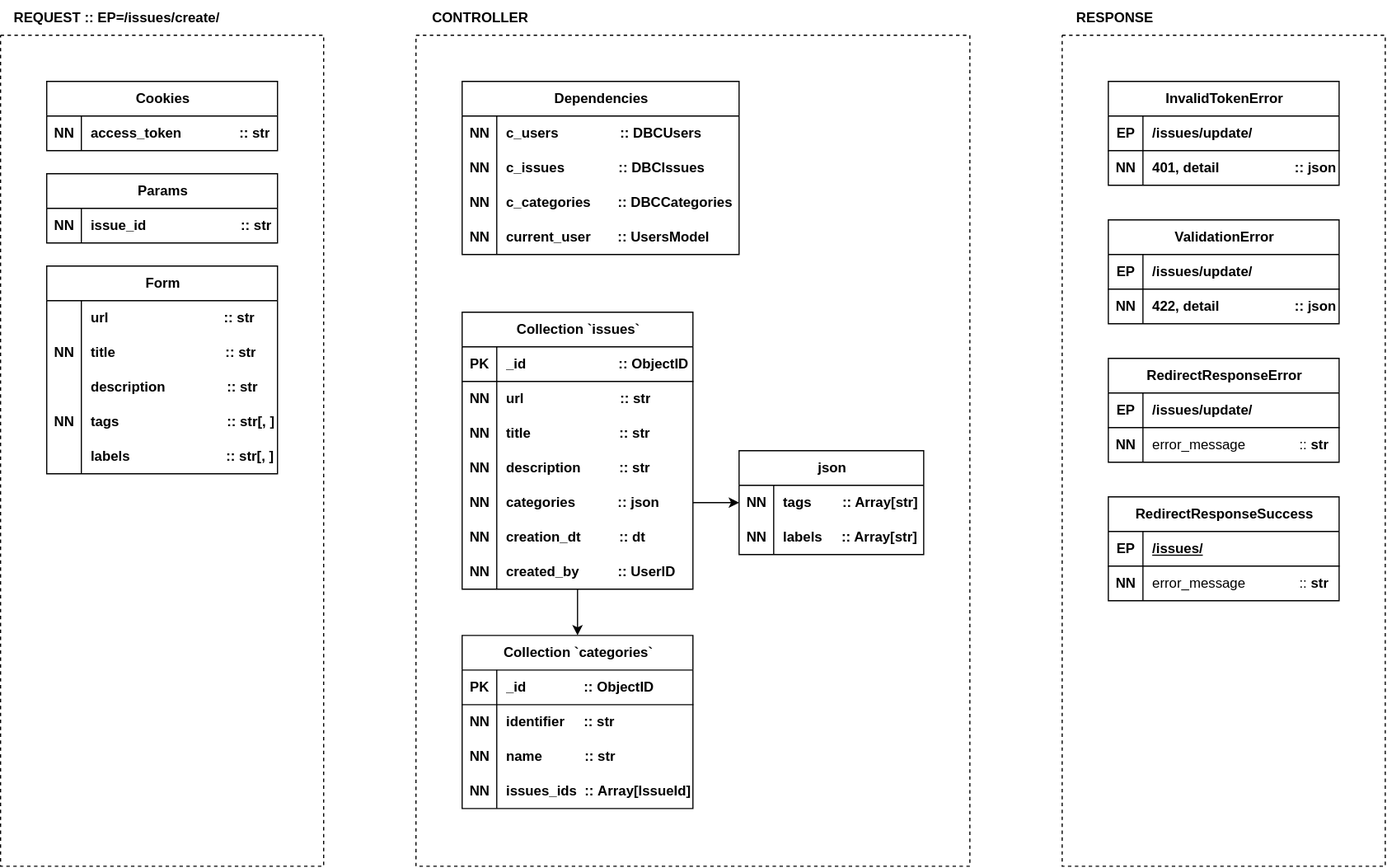
This is contributors/issues/update/post/Diagram-Update.drawio.svg from ames0k0/Ticket, a draw.io export, as it was before one commit. Source tidied: cells renumbered, new cells last; positions are measured from the earlier drawing's top-left corner, leaving out a move shared by most shapes.
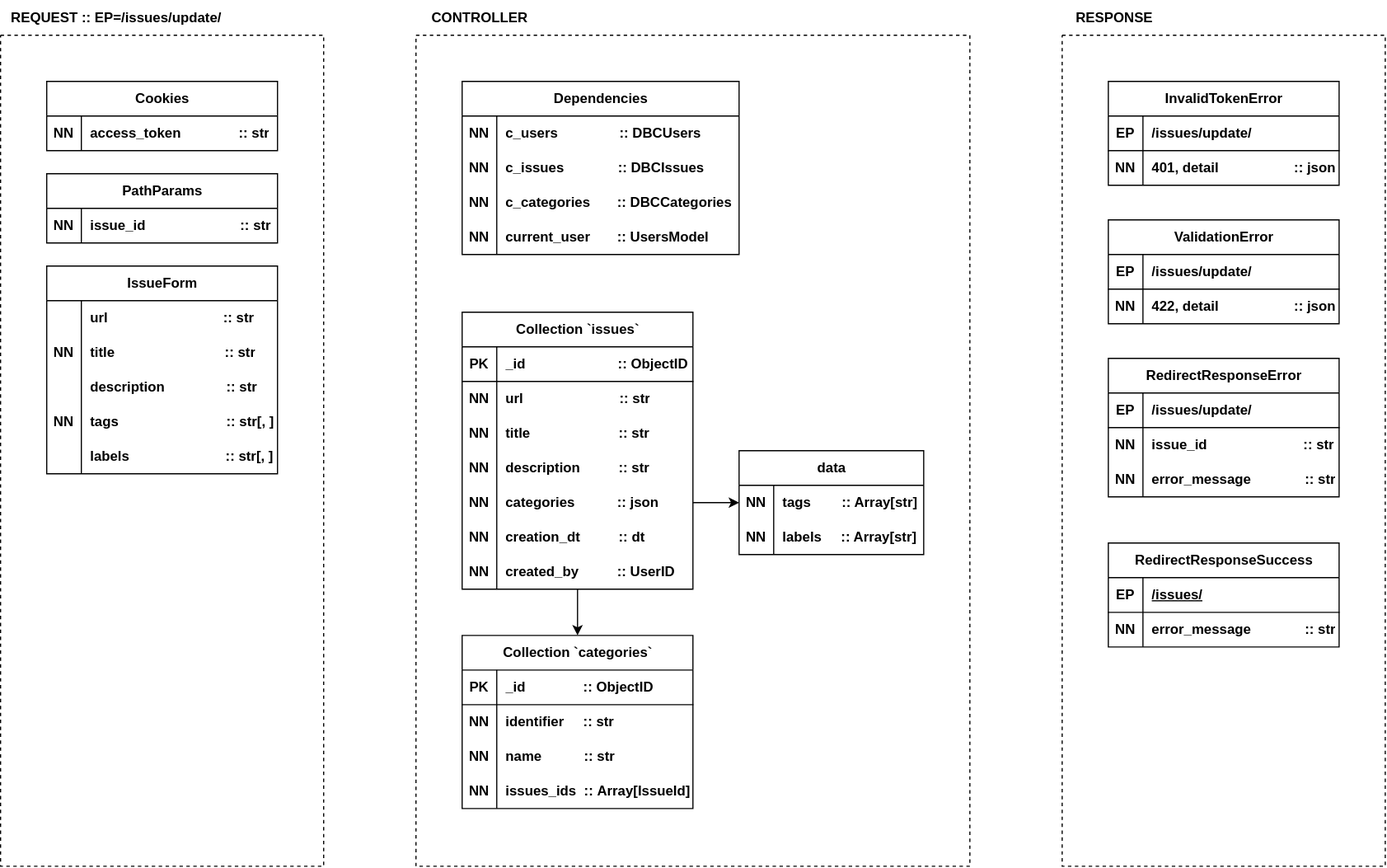
Above is the later version.

Commit message:
[ticket] Contributors: Issues::Update::POST

Diff of the diagram source:
```diff
@@ -2,7 +2,7 @@
   <root>
     <mxCell id="0" />
     <mxCell id="1" parent="0" />
-    <mxCell id="2" value="Form" style="shape=table;startSize=30;rowLines=0;fontStyle=1;align=center;html=1;" parent="1" vertex="1">
+    <mxCell id="2" value="IssueForm" style="shape=table;startSize=30;rowLines=0;fontStyle=1;align=center;html=1;" parent="1" vertex="1">
       <mxGeometry x="40" y="230" width="200" height="180" as="geometry" />
     </mxCell>
     <mxCell id="3" style="shape=tableRow;horizontal=0;startSize=0;swimlaneHead=0;swimlaneBody=0;fillColor=none;top=0;left=0;right=0;bottom=0;" parent="2" vertex="1">
@@ -119,7 +119,7 @@
     <mxCell id="40" value="&lt;b&gt;created_by&amp;nbsp; &amp;nbsp; &amp;nbsp; &amp;nbsp; &amp;nbsp; :: UserID&lt;/b&gt;" style="shape=partialRectangle;fillColor=none;top=0;left=0;bottom=0;right=0;align=left;spacingLeft=6;overflow=hidden;whiteSpace=wrap;html=1;" parent="38" vertex="1">
       <mxGeometry x="30" width="170" height="30" as="geometry" />
     </mxCell>
-    <mxCell id="41" value="json" style="shape=table;startSize=30;rowLines=0;fontStyle=1;align=center;html=1;" parent="1" vertex="1">
+    <mxCell id="41" value="data" style="shape=table;startSize=30;rowLines=0;fontStyle=1;align=center;html=1;" parent="1" vertex="1">
       <mxGeometry x="640" y="390" width="160" height="90" as="geometry" />
     </mxCell>
     <mxCell id="42" style="shape=tableRow;horizontal=0;startSize=0;swimlaneHead=0;swimlaneBody=0;fillColor=none;top=0;left=0;right=0;bottom=0;" parent="41" vertex="1">
@@ -183,7 +183,7 @@
       <mxGeometry x="30" width="170" height="30" as="geometry" />
     </mxCell>
     <mxCell id="62" value="RedirectResponseError" style="shape=table;startSize=30;rowLines=0;fontStyle=1;align=center;html=1;" parent="1" vertex="1">
-      <mxGeometry x="960" y="310" width="200" height="90" as="geometry" />
+      <mxGeometry x="960" y="310" width="200" height="120" as="geometry" />
     </mxCell>
     <mxCell id="63" style="shape=tableRow;horizontal=0;startSize=0;swimlaneHead=0;swimlaneBody=0;fillColor=none;top=0;left=0;right=0;bottom=1;" parent="62" vertex="1">
       <mxGeometry y="30" width="200" height="30" as="geometry" />
@@ -194,17 +194,26 @@
     <mxCell id="65" value="/issues/update/" style="shape=partialRectangle;fillColor=none;top=0;left=0;bottom=0;right=0;align=left;spacingLeft=6;fontStyle=1;overflow=hidden;whiteSpace=wrap;html=1;" parent="63" vertex="1">
       <mxGeometry x="30" width="170" height="30" as="geometry" />
     </mxCell>
+    <mxCell id="117" style="shape=tableRow;horizontal=0;startSize=0;swimlaneHead=0;swimlaneBody=0;fillColor=none;top=0;left=0;right=0;bottom=0;" parent="62" vertex="1">
+      <mxGeometry y="60" width="200" height="30" as="geometry" />
+    </mxCell>
+    <mxCell id="118" value="&lt;b&gt;NN&lt;/b&gt;" style="shape=partialRectangle;fillColor=none;top=0;left=0;bottom=0;right=0;overflow=hidden;whiteSpace=wrap;html=1;" parent="117" vertex="1">
+      <mxGeometry width="30" height="30" as="geometry" />
+    </mxCell>
+    <mxCell id="119" value="issue_id&amp;nbsp; &amp;nbsp; &amp;nbsp; &amp;nbsp; &amp;nbsp; &amp;nbsp; &amp;nbsp; &amp;nbsp; &amp;nbsp; &amp;nbsp; &amp;nbsp; &amp;nbsp; &amp;nbsp;:: str" style="shape=partialRectangle;fillColor=none;top=0;left=0;bottom=0;right=0;align=left;spacingLeft=6;overflow=hidden;whiteSpace=wrap;html=1;fontStyle=1;" parent="117" vertex="1">
+      <mxGeometry x="30" width="170" height="30" as="geometry" />
+    </mxCell>
     <mxCell id="66" style="shape=tableRow;horizontal=0;startSize=0;swimlaneHead=0;swimlaneBody=0;fillColor=none;top=0;left=0;right=0;bottom=0;" parent="62" vertex="1">
-      <mxGeometry y="60" width="200" height="30" as="geometry" />
+      <mxGeometry y="90" width="200" height="30" as="geometry" />
     </mxCell>
     <mxCell id="67" value="&lt;b&gt;NN&lt;/b&gt;" style="shape=partialRectangle;fillColor=none;top=0;left=0;bottom=0;right=0;overflow=hidden;whiteSpace=wrap;html=1;" parent="66" vertex="1">
       <mxGeometry width="30" height="30" as="geometry" />
     </mxCell>
-    <mxCell id="68" value="error_message&amp;nbsp;&amp;nbsp;&amp;nbsp;&amp;nbsp; &amp;nbsp; &amp;nbsp; &amp;nbsp; &amp;nbsp; &amp;nbsp;:: &lt;b&gt;str&lt;/b&gt;" style="shape=partialRectangle;fillColor=none;top=0;left=0;bottom=0;right=0;align=left;spacingLeft=6;overflow=hidden;whiteSpace=wrap;html=1;" parent="66" vertex="1">
+    <mxCell id="68" value="error_message&amp;nbsp;&amp;nbsp;&amp;nbsp;&amp;nbsp; &amp;nbsp; &amp;nbsp; &amp;nbsp; &amp;nbsp; &amp;nbsp;:: &lt;span&gt;str&lt;/span&gt;" style="shape=partialRectangle;fillColor=none;top=0;left=0;bottom=0;right=0;align=left;spacingLeft=6;overflow=hidden;whiteSpace=wrap;html=1;fontStyle=1;" parent="66" vertex="1">
       <mxGeometry x="30" width="170" height="30" as="geometry" />
     </mxCell>
     <mxCell id="69" value="RedirectResponseSuccess" style="shape=table;startSize=30;rowLines=0;fontStyle=1;align=center;html=1;" parent="1" vertex="1">
-      <mxGeometry x="960" y="430" width="200" height="90" as="geometry" />
+      <mxGeometry x="960" y="470" width="200" height="90" as="geometry" />
     </mxCell>
     <mxCell id="70" style="shape=tableRow;horizontal=0;startSize=0;swimlaneHead=0;swimlaneBody=0;fillColor=none;top=0;left=0;right=0;bottom=1;" parent="69" vertex="1">
       <mxGeometry y="30" width="200" height="30" as="geometry" />
@@ -221,7 +230,7 @@
     <mxCell id="74" value="&lt;b&gt;NN&lt;/b&gt;" style="shape=partialRectangle;fillColor=none;top=0;left=0;bottom=0;right=0;overflow=hidden;whiteSpace=wrap;html=1;" parent="73" vertex="1">
       <mxGeometry width="30" height="30" as="geometry" />
     </mxCell>
-    <mxCell id="75" value="error_message&amp;nbsp;&amp;nbsp;&amp;nbsp;&amp;nbsp; &amp;nbsp; &amp;nbsp; &amp;nbsp; &amp;nbsp; &amp;nbsp;:: &lt;b&gt;str&lt;/b&gt;" style="shape=partialRectangle;fillColor=none;top=0;left=0;bottom=0;right=0;align=left;spacingLeft=6;overflow=hidden;whiteSpace=wrap;html=1;" parent="73" vertex="1">
+    <mxCell id="75" value="error_message&amp;nbsp;&amp;nbsp;&amp;nbsp;&amp;nbsp; &amp;nbsp; &amp;nbsp; &amp;nbsp; &amp;nbsp; &amp;nbsp;:: &lt;span&gt;str&lt;/span&gt;" style="shape=partialRectangle;fillColor=none;top=0;left=0;bottom=0;right=0;align=left;spacingLeft=6;overflow=hidden;whiteSpace=wrap;html=1;fontStyle=1;" parent="73" vertex="1">
       <mxGeometry x="30" width="170" height="30" as="geometry" />
     </mxCell>
     <mxCell id="76" style="endArrow=none;dashed=1;html=1;rounded=0;" parent="1" edge="1">
@@ -246,7 +255,7 @@
         </Array>
       </mxGeometry>
     </mxCell>
-    <mxCell id="78" value="REQUEST :: EP=&lt;span style=&quot;text-align: left; text-wrap-mode: wrap;&quot;&gt;/issues/create/&lt;/span&gt;" style="text;html=1;align=center;verticalAlign=middle;strokeColor=none;fillColor=none;fontStyle=1;" parent="1" vertex="1">
+    <mxCell id="78" value="REQUEST :: EP=&lt;span style=&quot;text-align: left; text-wrap-mode: wrap;&quot;&gt;/issues/update/&lt;/span&gt;" style="text;html=1;align=center;verticalAlign=middle;strokeColor=none;fillColor=none;fontStyle=1;" parent="1" vertex="1">
       <mxGeometry width="200" height="30" as="geometry" />
     </mxCell>
     <mxCell id="79" style="endArrow=none;dashed=1;html=1;rounded=0;" parent="1" edge="1">
@@ -320,7 +329,7 @@
     <mxCell id="99" value="422, detail&amp;nbsp; &amp;nbsp; &amp;nbsp; &amp;nbsp; &amp;nbsp; &amp;nbsp; &amp;nbsp;&amp;nbsp;&lt;span style=&quot;white-space: pre;&quot;&gt;&#9;&lt;/span&gt;&amp;nbsp; &amp;nbsp; &amp;nbsp;::&amp;nbsp;json" style="shape=partialRectangle;fillColor=none;top=0;left=0;bottom=0;right=0;align=left;spacingLeft=6;overflow=hidden;whiteSpace=wrap;html=1;fontStyle=1;" parent="97" vertex="1">
       <mxGeometry x="30" width="170" height="30" as="geometry" />
     </mxCell>
-    <mxCell id="100" value="Params" style="shape=table;startSize=30;rowLines=0;fontStyle=1;align=center;html=1;" parent="1" vertex="1">
+    <mxCell id="100" value="PathParams" style="shape=table;startSize=30;rowLines=0;fontStyle=1;align=center;html=1;" parent="1" vertex="1">
       <mxGeometry x="40" y="150" width="200" height="60" as="geometry" />
     </mxCell>
     <mxCell id="101" style="shape=tableRow;horizontal=0;startSize=0;swimlaneHead=0;swimlaneBody=0;fillColor=none;top=0;left=0;right=0;bottom=0;" parent="100" vertex="1">
```
